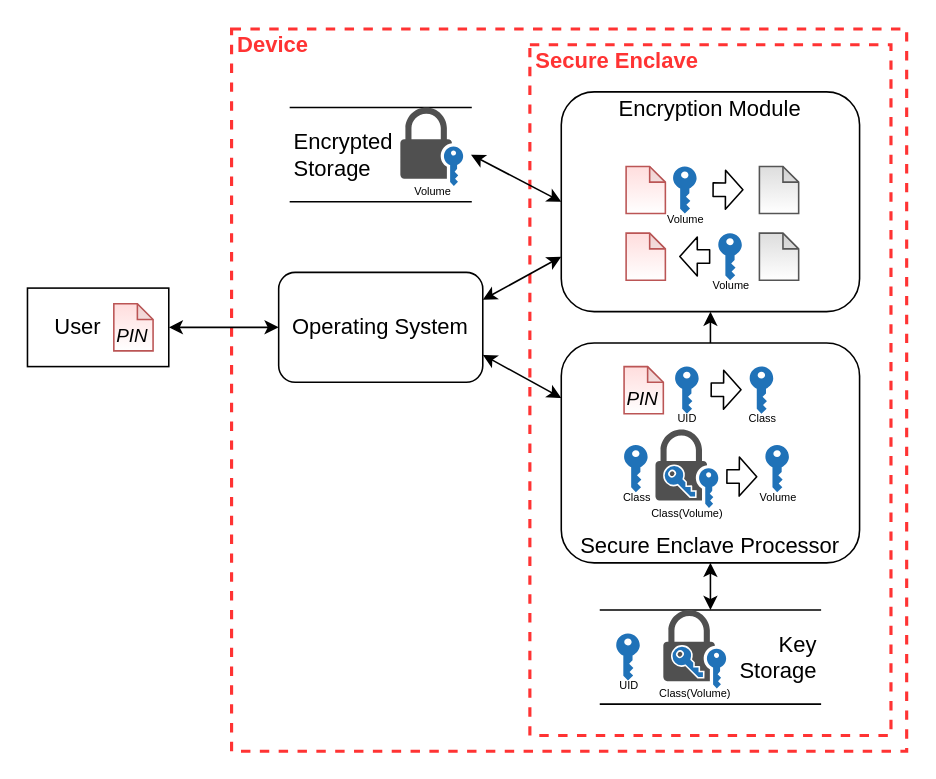
Before: dfds/DAR-level-1-crypto-iphone.drawio in kkredit/confronting-wicked-crypto, a draw.io diagram. Source tidied: cells renumbered, new cells numbered last; positions are measured from the earlier drawing's top-left corner, leaving out a move shared by most shapes. Both pictures are drawn from the tidied source at 157%, with x=0, y=0 at pixel (27, 28).
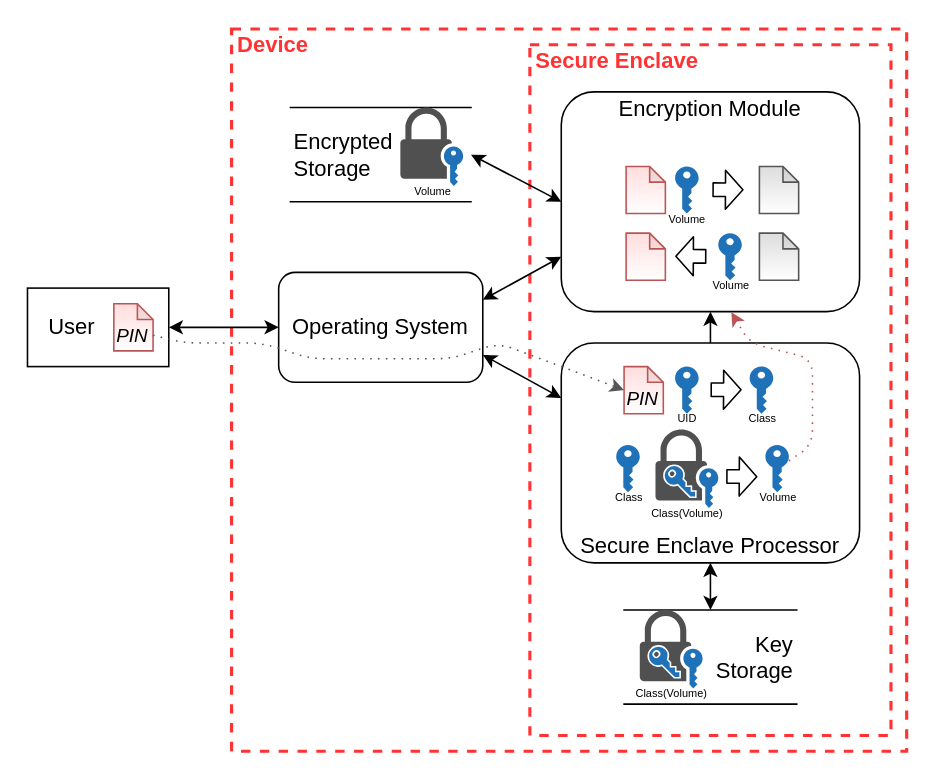
Above is the later version.

Unchanged cells that the change refers to:
```xml
<mxCell id="4" value="&lt;font style=&quot;font-size: 14px&quot;&gt;Encryption Module&lt;br&gt;&lt;br&gt;&lt;br&gt;&lt;br&gt;&lt;br&gt;&lt;br&gt;&lt;br&gt;&lt;br&gt;&lt;/font&gt;" style="rounded=1;whiteSpace=wrap;html=1;align=center;labelPosition=center;verticalLabelPosition=middle;verticalAlign=middle;" parent="1" vertex="1">
  <mxGeometry x="340" y="40" width="190" height="140" as="geometry" />
</mxCell>
<mxCell id="13" value="&lt;span style=&quot;font-size: 7px&quot;&gt;&amp;nbsp;&lt;/span&gt;" style="shape=note;html=1;backgroundOutline=1;darkOpacity=0.05;size=10;labelPosition=center;verticalLabelPosition=bottom;align=center;verticalAlign=top;spacingTop=-10;gradientColor=#ffffff;fillColor=#FFDDDD;strokeColor=#BB5555;" parent="12" vertex="1">
  <mxGeometry width="25" height="30" as="geometry" />
</mxCell>
<mxCell id="21" value="&lt;span style=&quot;font-size: 7px&quot;&gt;&amp;nbsp;&lt;/span&gt;" style="shape=note;html=1;backgroundOutline=1;darkOpacity=0.05;size=10;labelPosition=center;verticalLabelPosition=bottom;align=center;verticalAlign=top;spacingTop=-10;gradientColor=#ffffff;fillColor=#FFDDDD;strokeColor=#BB5555;" parent="20" vertex="1">
  <mxGeometry width="25" height="30" as="geometry" />
</mxCell>
<mxCell id="32" value="&lt;font style=&quot;font-size: 7px&quot;&gt;Volume&lt;br&gt;&lt;/font&gt;" style="shadow=0;dashed=0;html=1;strokeColor=none;labelPosition=center;verticalLabelPosition=bottom;verticalAlign=top;outlineConnect=0;align=center;shape=mxgraph.office.security.key_permissions;fillColor=#2072B8;fontSize=12;spacing=0;spacingTop=-10;dashPattern=1 4;labelBackgroundColor=none;" parent="1" vertex="1">
  <mxGeometry x="470" y="265" width="15" height="30" as="geometry" />
</mxCell>
```

What changed in the source:
```diff
@@
+    <mxCell id="6" value="&lt;font style=&quot;font-size: 14px&quot;&gt;&amp;nbsp; &amp;nbsp;User&lt;/font&gt;" style="rounded=0;whiteSpace=wrap;html=1;align=left;" parent="1" vertex="1">
+      <mxGeometry y="165" width="90" height="50" as="geometry" />
+    </mxCell>
@@
     <mxCell id="5" value="&lt;blockquote style=&quot;margin: 0 0 0 40px ; border: none ; padding: 0px&quot;&gt;&lt;/blockquote&gt;&lt;span style=&quot;font-size: 14px&quot;&gt;Key&lt;/span&gt;&lt;br&gt;&lt;font style=&quot;font-size: 14px&quot;&gt;Storage&lt;/font&gt;" style="shape=partialRectangle;whiteSpace=wrap;html=1;left=0;right=0;fillColor=none;align=right;" parent="1" vertex="1">
-      <mxGeometry x="365" y="370" width="140" height="60" as="geometry" />
+      <mxGeometry x="380" y="370" width="110" height="60" as="geometry" />
     </mxCell>
-    <mxCell id="6" value="&lt;font style=&quot;font-size: 14px&quot;&gt;&amp;nbsp; &amp;nbsp; User&lt;/font&gt;" style="rounded=0;whiteSpace=wrap;html=1;align=left;" parent="1" vertex="1">
-      <mxGeometry y="165" width="90" height="50" as="geometry" />
-    </mxCell>
@@
-    <mxCell id="15" value="&lt;font style=&quot;font-size: 7px&quot;&gt;UID&lt;br&gt;&lt;/font&gt;" style="shadow=0;dashed=0;html=1;strokeColor=none;labelPosition=center;verticalLabelPosition=bottom;verticalAlign=top;align=center;shape=mxgraph.office.security.key_permissions;fillColor=#2072B8;fontSize=12;spacing=0;spacingTop=-10;dashPattern=1 4;labelBackgroundColor=none;" parent="1" vertex="1">
-      <mxGeometry x="375" y="385" width="15" height="30" as="geometry" />
-    </mxCell>
     <mxCell id="16" style="group;" parent="1" vertex="1">
-      <mxGeometry x="405" y="370" width="40" height="50" as="geometry" />
+      <mxGeometry x="390" y="370" width="40" height="50" as="geometry" />
     </mxCell>
@@
     <mxCell id="27" value="&lt;font style=&quot;font-size: 7px&quot;&gt;Class&lt;br&gt;&lt;/font&gt;" style="shadow=0;dashed=0;html=1;strokeColor=none;labelPosition=center;verticalLabelPosition=bottom;verticalAlign=top;align=center;shape=mxgraph.office.security.key_permissions;fillColor=#2072B8;fontSize=12;spacing=0;spacingTop=-10;dashPattern=1 4;labelBackgroundColor=none;" parent="1" vertex="1">
-      <mxGeometry x="380" y="265" width="15" height="30" as="geometry" />
+      <mxGeometry x="375" y="265" width="15" height="30" as="geometry" />
     </mxCell>
@@
     <mxCell id="34" value="&lt;font style=&quot;font-size: 7px&quot;&gt;Volume&lt;br&gt;&lt;/font&gt;" style="shadow=0;dashed=0;html=1;strokeColor=none;labelPosition=center;verticalLabelPosition=bottom;verticalAlign=top;align=center;shape=mxgraph.office.security.key_permissions;fillColor=#2072B8;fontSize=12;spacing=0;spacingTop=-10;dashPattern=1 4;labelBackgroundColor=none;" parent="1" vertex="1">
-      <mxGeometry x="411.2" y="87.5" width="15" height="30" as="geometry" />
+      <mxGeometry x="412.5" y="87.5" width="15" height="30" as="geometry" />
     </mxCell>
@@
     <mxCell id="39" style="shape=flexArrow;endArrow=classic;html=1;width=8.604651162790697;endSize=3.375193798449612;endWidth=15.235863229373233;" parent="1" edge="1">
       <mxGeometry relative="1" as="geometry">
-        <mxPoint x="435" y="144.9" as="sourcePoint" />
-        <mxPoint x="415" y="144.9" as="targetPoint" />
+        <mxPoint x="432.5" y="144.8" as="sourcePoint" />
+        <mxPoint x="412.5" y="144.7" as="targetPoint" />
       </mxGeometry>
     </mxCell>
@@
+    <mxCell id="44" style="endArrow=classic;html=1;strokeColor=#555555;dashed=1;dashPattern=1 4;exitX=0;exitY=0;exitDx=25;exitDy=20;exitPerimeter=0;entryX=0;entryY=0.5;entryDx=0;entryDy=0;entryPerimeter=0;" parent="1" edge="1" source="13" target="21">
+      <mxGeometry relative="1" as="geometry">
+        <Array as="points">
+          <mxPoint x="100" y="200" />
+          <mxPoint x="150" y="200" />
+          <mxPoint x="180" y="210" />
+          <mxPoint x="270" y="210" />
+          <mxPoint x="300" y="200" />
+        </Array>
+      </mxGeometry>
+    </mxCell>
+    <mxCell id="45" style="endArrow=classic;html=1;dashed=1;dashPattern=1 4;strokeColor=#BB5555;entryX=0.57;entryY=1.002;entryDx=0;entryDy=0;entryPerimeter=0;" parent="1" edge="1" source="32" target="4">
+      <mxGeometry relative="1" as="geometry">
+        <Array as="points">
+          <mxPoint x="500" y="265" />
+          <mxPoint x="500" y="210" />
+          <mxPoint x="460" y="200" />
+        </Array>
+      </mxGeometry>
+    </mxCell>
```
